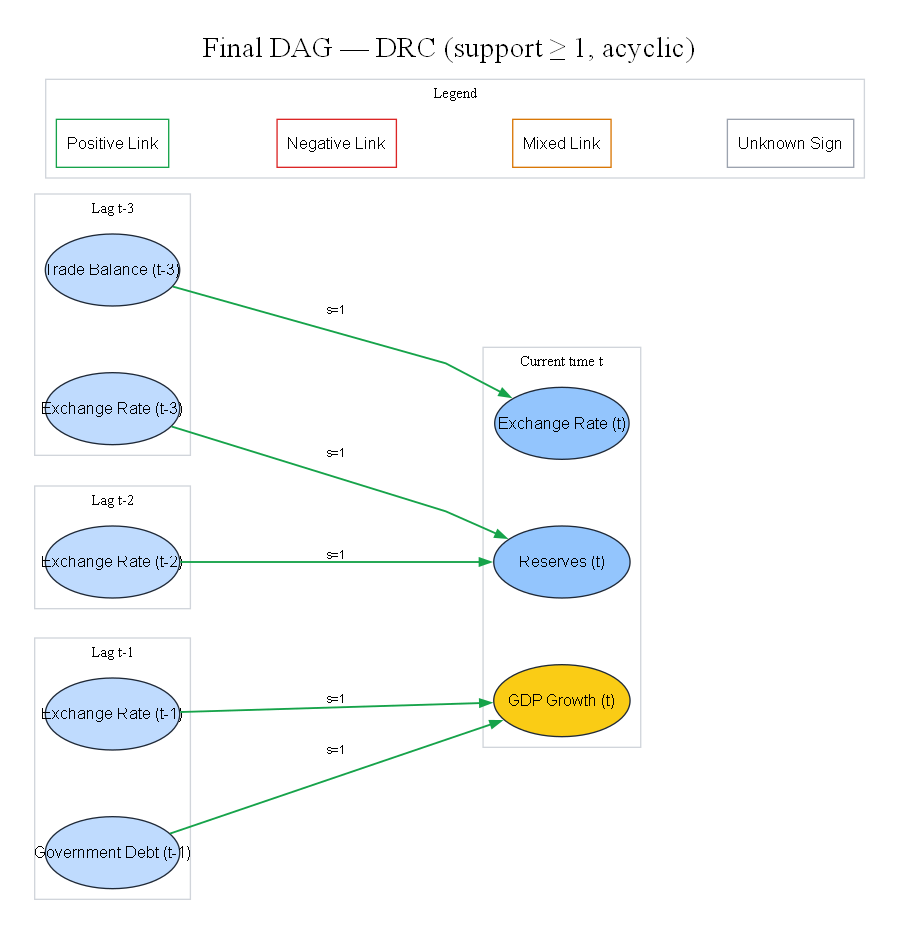
Earlier version of the Graphviz export reports/figures/phase3E_dag/DRC/dag_final_DRC.png (biabakuya/causal-ml-macroeconomic-analysis). Its source is kept beside it as reports/figures/phase3E_dag/DRC/dag_final_DRC.dot.
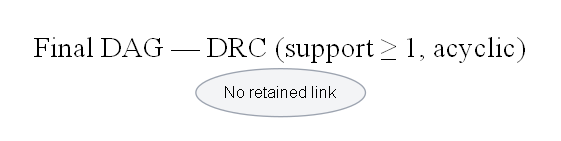
After the change.

The edit, as a diff of the source:
```diff
@@ -3,43 +3,5 @@
 	graph [concentrate=false nodesep=0.7 overlap=false ranksep=1.0 splines=polyline]
 	node [color="#1f2937" fontname=Helvetica fontsize=12 shape=ellipse style=filled]
 	edge [arrowsize=0.8 fontname=Helvetica fontsize=9]
-	subgraph cluster_t3 {
-		color="#d1d5db" fontsize=11 label="Lag t-3"
-		rank=same
-		"Exchange_Rate__t-3" [label="Exchange Rate (t-3)" fillcolor="#bfdbfe" fixedsize=true fontcolor=black height=0.75 width=1.4]
-		"Trade_Balance__t-3" [label="Trade Balance (t-3)" fillcolor="#bfdbfe" fixedsize=true fontcolor=black height=0.75 width=1.4]
-	}
-	subgraph cluster_t2 {
-		color="#d1d5db" fontsize=11 label="Lag t-2"
-		rank=same
-		"Exchange_Rate__t-2" [label="Exchange Rate (t-2)" fillcolor="#bfdbfe" fixedsize=true fontcolor=black height=0.75 width=1.4]
-	}
-	subgraph cluster_t1 {
-		color="#d1d5db" fontsize=11 label="Lag t-1"
-		rank=same
-		"Exchange_Rate__t-1" [label="Exchange Rate (t-1)" fillcolor="#bfdbfe" fixedsize=true fontcolor=black height=0.75 width=1.4]
-		"Government_Debt__t-1" [label="Government Debt (t-1)" fillcolor="#bfdbfe" fixedsize=true fontcolor=black height=0.75 width=1.4]
-	}
-	subgraph cluster_t {
-		color="#d1d5db" fontsize=11 label="Current time t"
-		rank=same
-		Exchange_Rate__t [label="Exchange Rate (t)" fillcolor="#93c5fd" fixedsize=true fontcolor=black height=0.75 width=1.4]
-		GDP_Growth__t [label="GDP Growth (t)" fillcolor="#facc15" fixedsize=true fontcolor=black height=0.75 width=1.4200000000000002]
-		Reserves__t [label="Reserves (t)" fillcolor="#93c5fd" fixedsize=true fontcolor=black height=0.75 width=1.4200000000000002]
-	}
-	"Exchange_Rate__t-1" -> GDP_Growth__t [label="s=1" color="#16a34a" minlen=2 penwidth=1.4]
-	"Government_Debt__t-1" -> GDP_Growth__t [label="s=1" color="#16a34a" minlen=2 penwidth=1.4]
-	"Exchange_Rate__t-2" -> Reserves__t [label="s=1" color="#16a34a" minlen=2 penwidth=1.4]
-	"Trade_Balance__t-3" -> Exchange_Rate__t [label="s=1" color="#16a34a" minlen=2 penwidth=1.4]
-	"Exchange_Rate__t-3" -> Reserves__t [label="s=1" color="#16a34a" minlen=2 penwidth=1.4]
-	subgraph cluster_legend {
-		color="#d1d5db" fontsize=11 label=Legend
-		Lpos [label="Positive Link" color="#16a34a" fillcolor=white shape=box style=filled]
-		Lneg [label="Negative Link" color="#dc2626" fillcolor=white shape=box style=filled]
-		Lmix [label="Mixed Link" color="#d97706" fillcolor=white shape=box style=filled]
-		Lunk [label="Unknown Sign" color="#9ca3af" fillcolor=white shape=box style=filled]
-		Lpos -> Lneg [style=invis]
-		Lneg -> Lmix [style=invis]
-		Lmix -> Lunk [style=invis]
-	}
+	EMPTY [label="No retained link" color="#9ca3af" fillcolor="#f3f4f6"]
 }
```
